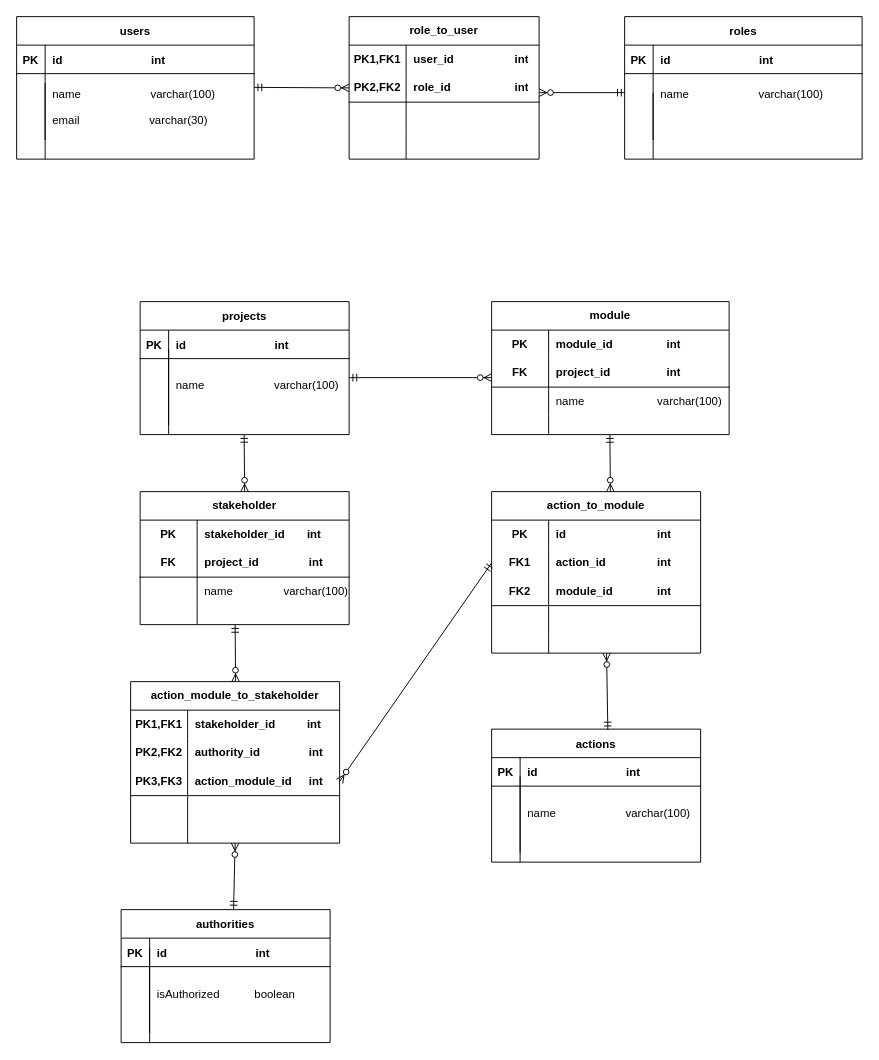
Before: 未命名绘图.drawio in KrisTanyyc/project-manager-yyc, a draw.io diagram. Source tidied: cells renumbered, new cells numbered last; positions are measured from the earlier drawing's top-left corner, leaving out a move shared by most shapes. Both pictures are drawn from the tidied source at 95%, with x=0, y=0 at pixel (16, 16).
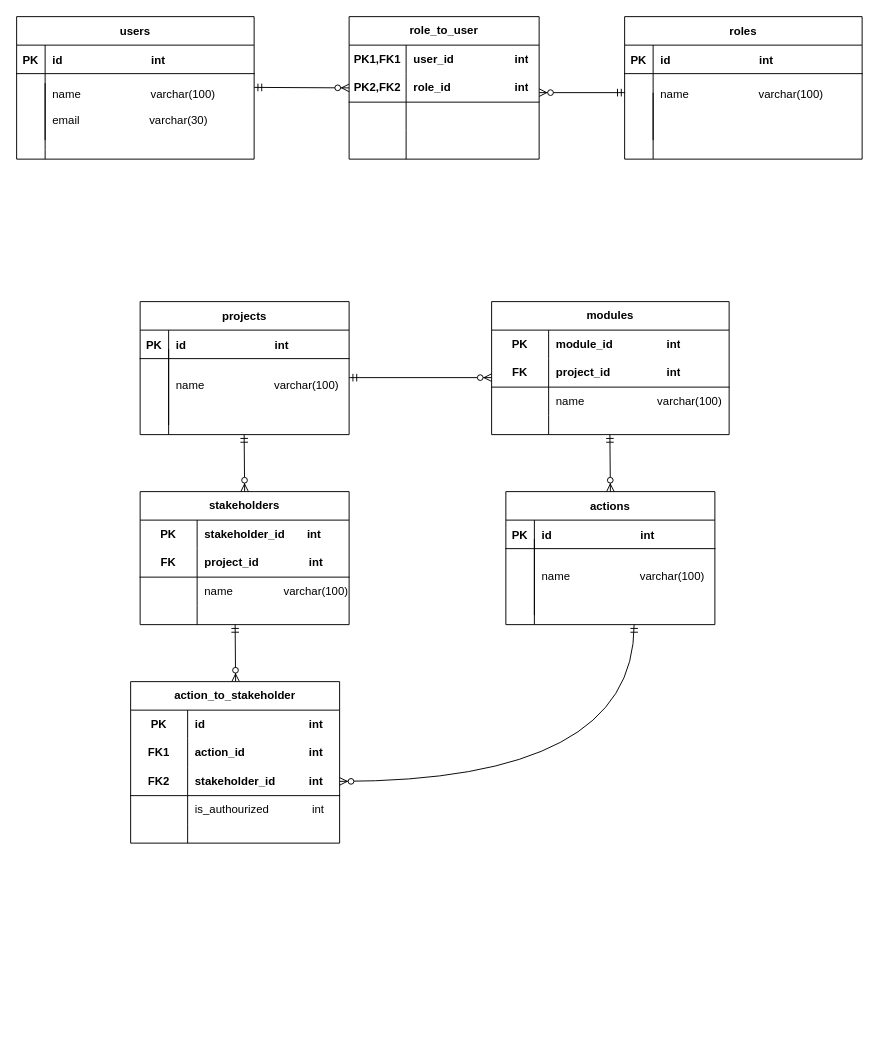
The same page after the edit.

The change refers to these unchanged cells:
```xml
<mxCell id="97" style="shape=tableRow;horizontal=0;startSize=0;swimlaneHead=0;swimlaneBody=0;fillColor=none;top=0;left=0;right=0;bottom=0;html=1;" parent="96" vertex="1">
  <mxGeometry y="30" width="220" height="30" as="geometry" />
</mxCell>
<mxCell id="100" style="shape=tableRow;horizontal=0;startSize=0;swimlaneHead=0;swimlaneBody=0;fillColor=none;top=0;left=0;right=0;bottom=0;html=1;" parent="96" vertex="1">
  <mxGeometry y="60" width="220" height="30" as="geometry" />
</mxCell>
<mxCell id="103" style="shape=tableRow;horizontal=0;startSize=0;swimlaneHead=0;swimlaneBody=0;fillColor=none;points=[[0,0.5],[1,0.5]];portConstraint=eastwest;top=0;left=0;right=0;bottom=1;html=1;" parent="96" vertex="1">
  <mxGeometry y="90" width="220" height="30" as="geometry" />
</mxCell>
<mxCell id="106" style="shape=tableRow;horizontal=0;startSize=0;swimlaneHead=0;swimlaneBody=0;fillColor=none;top=0;left=0;right=0;bottom=0;html=1;" parent="96" vertex="1">
  <mxGeometry y="120" width="220" height="30" as="geometry" />
</mxCell>
```

The edit, as a diff of the source:
```diff
@@
-    <mxCell id="38" value="module" style="shape=table;startSize=30;childLayout=tableLayout;rowLines=0;fontStyle=1;align=center;html=1;whiteSpace=wrap;" parent="1" vertex="1">
+    <mxCell id="38" value="modules" style="shape=table;startSize=30;childLayout=tableLayout;rowLines=0;fontStyle=1;align=center;html=1;whiteSpace=wrap;" parent="1" vertex="1">
       <mxGeometry x="500" y="300" width="250" height="140" as="geometry" />
     </mxCell>
@@
-    <mxCell id="55" value="stakeholder" style="shape=table;startSize=30;childLayout=tableLayout;rowLines=0;fontStyle=1;align=center;html=1;whiteSpace=wrap;" parent="1" vertex="1">
+    <mxCell id="55" value="stakeholders" style="shape=table;startSize=30;childLayout=tableLayout;rowLines=0;fontStyle=1;align=center;html=1;whiteSpace=wrap;" parent="1" vertex="1">
       <mxGeometry x="130" y="500" width="220" height="140" as="geometry" />
     </mxCell>
@@
     <mxCell id="69" value="actions" style="shape=table;startSize=30;childLayout=tableLayout;rowLines=0;fontStyle=1;align=center;" parent="1" vertex="1">
-      <mxGeometry x="500" y="750" width="220" height="140" as="geometry" />
+      <mxGeometry x="515" y="500" width="220" height="140" as="geometry" />
     </mxCell>
@@
     <mxCell id="76" style="endArrow=none;html=1;rounded=0;" parent="1" edge="1">
       <mxGeometry relative="1" as="geometry">
-        <mxPoint x="530" y="890" as="sourcePoint" />
-        <mxPoint x="530" y="800" as="targetPoint" />
+        <mxPoint x="545" y="640" as="sourcePoint" />
+        <mxPoint x="545" y="550" as="targetPoint" />
       </mxGeometry>
     </mxCell>
-    <mxCell id="77" value="action_to_module" style="shape=table;startSize=30;childLayout=tableLayout;rowLines=0;fontStyle=1;align=center;html=1;whiteSpace=wrap;" parent="1" vertex="1">
-      <mxGeometry x="500" y="500" width="220" height="170" as="geometry" />
-    </mxCell>
-    <mxCell id="78" style="shape=tableRow;horizontal=0;startSize=0;swimlaneHead=0;swimlaneBody=0;fillColor=none;top=0;left=0;right=0;bottom=0;html=1;" parent="77" vertex="1">
-      <mxGeometry y="30" width="220" height="30" as="geometry" />
-    </mxCell>
-    <mxCell id="79" value="PK" style="shape=partialRectangle;fillColor=none;top=0;left=0;bottom=0;right=0;fontStyle=1;overflow=hidden;html=1;whiteSpace=wrap;" parent="78" vertex="1">
-      <mxGeometry width="60" height="30" as="geometry" />
-    </mxCell>
-    <mxCell id="80" value="id&amp;nbsp; &amp;nbsp; &amp;nbsp; &amp;nbsp;&lt;span style=&quot;white-space: pre;&quot;&gt;&#9;&lt;/span&gt;&lt;span style=&quot;white-space: pre;&quot;&gt;&#9;&lt;span style=&quot;white-space: pre;&quot;&gt;&#9;&lt;/span&gt;&lt;/span&gt;int" style="shape=partialRectangle;fillColor=none;top=0;left=0;bottom=0;right=0;align=left;spacingLeft=6;fontStyle=1;overflow=hidden;html=1;whiteSpace=wrap;" parent="78" vertex="1">
-      <mxGeometry x="60" width="160" height="30" as="geometry" />
-    </mxCell>
-    <mxCell id="81" style="shape=tableRow;horizontal=0;startSize=0;swimlaneHead=0;swimlaneBody=0;fillColor=none;points=[[0,0.5],[1,0.5]];portConstraint=eastwest;top=0;left=0;right=0;bottom=0;html=1;" parent="77" vertex="1">
-      <mxGeometry y="60" width="220" height="30" as="geometry" />
-    </mxCell>
-    <mxCell id="82" value="FK1" style="shape=partialRectangle;fillColor=none;top=0;left=0;bottom=0;right=0;fontStyle=1;overflow=hidden;html=1;whiteSpace=wrap;" parent="81" vertex="1">
-      <mxGeometry width="60" height="30" as="geometry" />
-    </mxCell>
-    <mxCell id="83" value="action_id&amp;nbsp; &amp;nbsp; &amp;nbsp; &amp;nbsp;&lt;span style=&quot;white-space: pre;&quot;&gt;&#9;&lt;/span&gt;&lt;span style=&quot;white-space: pre;&quot;&gt;&#9;&lt;/span&gt;int" style="shape=partialRectangle;fillColor=none;top=0;left=0;bottom=0;right=0;align=left;spacingLeft=6;fontStyle=1;overflow=hidden;html=1;whiteSpace=wrap;" parent="81" vertex="1">
-      <mxGeometry x="60" width="160" height="30" as="geometry" />
-    </mxCell>
-    <mxCell id="84" style="shape=tableRow;horizontal=0;startSize=0;swimlaneHead=0;swimlaneBody=0;fillColor=none;top=0;left=0;right=0;bottom=1;html=1;" parent="77" vertex="1">
-      <mxGeometry y="90" width="220" height="30" as="geometry" />
-    </mxCell>
-    <mxCell id="85" value="FK2" style="shape=partialRectangle;fillColor=none;top=0;left=0;bottom=0;right=0;fontStyle=1;overflow=hidden;html=1;whiteSpace=wrap;" parent="84" vertex="1">
-      <mxGeometry width="60" height="30" as="geometry" />
-    </mxCell>
-    <mxCell id="86" value="module_id&lt;span style=&quot;white-space: pre;&quot;&gt;&#9;&lt;/span&gt;&amp;nbsp; &amp;nbsp; &amp;nbsp; &amp;nbsp; int" style="shape=partialRectangle;fillColor=none;top=0;left=0;bottom=0;right=0;align=left;spacingLeft=6;fontStyle=1;overflow=hidden;html=1;whiteSpace=wrap;" parent="84" vertex="1">
-      <mxGeometry x="60" width="160" height="30" as="geometry" />
-    </mxCell>
-    <mxCell id="87" style="shape=tableRow;horizontal=0;startSize=0;swimlaneHead=0;swimlaneBody=0;fillColor=none;top=0;left=0;right=0;bottom=0;html=1;" parent="77" vertex="1">
-      <mxGeometry y="120" width="220" height="30" as="geometry" />
-    </mxCell>
-    <mxCell id="88" style="shape=partialRectangle;fillColor=none;top=0;left=0;bottom=0;right=0;overflow=hidden;html=1;whiteSpace=wrap;" parent="87" vertex="1">
-      <mxGeometry width="60" height="30" as="geometry" />
-    </mxCell>
-    <mxCell id="89" style="shape=partialRectangle;fillColor=none;top=0;left=0;bottom=0;right=0;align=left;spacingLeft=6;overflow=hidden;html=1;whiteSpace=wrap;" parent="87" vertex="1">
-      <mxGeometry x="60" width="160" height="30" as="geometry" />
-    </mxCell>
-    <mxCell id="90" style="shape=tableRow;horizontal=0;startSize=0;swimlaneHead=0;swimlaneBody=0;fillColor=none;top=0;left=0;right=0;bottom=0;html=1;" parent="77" vertex="1">
-      <mxGeometry y="150" width="220" height="20" as="geometry" />
-    </mxCell>
-    <mxCell id="91" style="shape=partialRectangle;fillColor=none;top=0;left=0;bottom=0;right=0;overflow=hidden;html=1;whiteSpace=wrap;" parent="90" vertex="1">
-      <mxGeometry width="60" height="20" as="geometry" />
-    </mxCell>
-    <mxCell id="92" style="shape=partialRectangle;fillColor=none;top=0;left=0;bottom=0;right=0;align=left;spacingLeft=6;overflow=hidden;html=1;whiteSpace=wrap;" parent="90" vertex="1">
-      <mxGeometry x="60" width="160" height="20" as="geometry" />
-    </mxCell>
@@
-    <mxCell id="94" style="fontSize=12;html=1;endArrow=ERzeroToMany;startArrow=ERmandOne;rounded=0;exitX=0.556;exitY=0.005;exitDx=0;exitDy=0;exitPerimeter=0;" parent="1" edge="1" source="69">
-      <mxGeometry relative="1" as="geometry">
-        <mxPoint x="621" y="670" as="targetPoint" />
-      </mxGeometry>
-    </mxCell>
@@
-    <mxCell id="96" value="action_module_to_stakeholder" style="shape=table;startSize=30;childLayout=tableLayout;rowLines=0;fontStyle=1;align=center;html=1;whiteSpace=wrap;" parent="1" vertex="1">
+    <mxCell id="96" value="action_to_stakeholder" style="shape=table;startSize=30;childLayout=tableLayout;rowLines=0;fontStyle=1;align=center;html=1;whiteSpace=wrap;" parent="1" vertex="1">
       <mxGeometry x="120" y="700" width="220" height="170" as="geometry" />
     </mxCell>
@@
-    <mxCell id="98" value="PK1,FK1" style="shape=partialRectangle;fillColor=none;top=0;left=0;bottom=0;right=0;fontStyle=1;overflow=hidden;html=1;whiteSpace=wrap;" parent="97" vertex="1">
+    <mxCell id="98" value="PK" style="shape=partialRectangle;fillColor=none;top=0;left=0;bottom=0;right=0;fontStyle=1;overflow=hidden;html=1;whiteSpace=wrap;" parent="97" vertex="1">
       <mxGeometry width="60" height="30" as="geometry" />
     </mxCell>
-    <mxCell id="99" value="stakeholder_id&amp;nbsp; &amp;nbsp; &amp;nbsp; &amp;nbsp; &amp;nbsp; int" style="shape=partialRectangle;fillColor=none;top=0;left=0;bottom=0;right=0;align=left;spacingLeft=6;fontStyle=1;overflow=hidden;html=1;whiteSpace=wrap;" parent="97" vertex="1">
+    <mxCell id="99" value="id&lt;span style=&quot;white-space: pre;&quot;&gt;&#9;&lt;/span&gt;&lt;span style=&quot;white-space: pre;&quot;&gt;&#9;&lt;/span&gt;&lt;span style=&quot;white-space: pre;&quot;&gt;&#9;&lt;/span&gt;&lt;span style=&quot;white-space: pre;&quot;&gt;&#9;&lt;/span&gt;&amp;nbsp; &amp;nbsp; int" style="shape=partialRectangle;fillColor=none;top=0;left=0;bottom=0;right=0;align=left;spacingLeft=6;fontStyle=1;overflow=hidden;html=1;whiteSpace=wrap;" parent="97" vertex="1">
       <mxGeometry x="60" width="160" height="30" as="geometry" />
     </mxCell>
@@
-    <mxCell id="101" value="PK2,FK2" style="shape=partialRectangle;fillColor=none;top=0;left=0;bottom=0;right=0;fontStyle=1;overflow=hidden;html=1;whiteSpace=wrap;" parent="100" vertex="1">
+    <mxCell id="101" value="FK1" style="shape=partialRectangle;fillColor=none;top=0;left=0;bottom=0;right=0;fontStyle=1;overflow=hidden;html=1;whiteSpace=wrap;" parent="100" vertex="1">
       <mxGeometry width="60" height="30" as="geometry" />
     </mxCell>
-    <mxCell id="102" value="authority_id&amp;nbsp;&amp;nbsp;&lt;span style=&quot;white-space: pre;&quot;&gt;&#9;&lt;/span&gt;&lt;span style=&quot;white-space: pre;&quot;&gt;&#9;&lt;/span&gt;&amp;nbsp; &amp;nbsp; int" style="shape=partialRectangle;fillColor=none;top=0;left=0;bottom=0;right=0;align=left;spacingLeft=6;fontStyle=1;overflow=hidden;html=1;whiteSpace=wrap;" parent="100" vertex="1">
+    <mxCell id="102" value="action_id&amp;nbsp;&amp;nbsp;&lt;span style=&quot;white-space: pre;&quot;&gt;&#9;&lt;/span&gt;&lt;span style=&quot;white-space: pre;&quot;&gt;&#9;&lt;/span&gt;&amp;nbsp; &amp;nbsp; int" style="shape=partialRectangle;fillColor=none;top=0;left=0;bottom=0;right=0;align=left;spacingLeft=6;fontStyle=1;overflow=hidden;html=1;whiteSpace=wrap;" parent="100" vertex="1">
       <mxGeometry x="60" width="160" height="30" as="geometry" />
     </mxCell>
@@
-    <mxCell id="104" value="PK3,FK3" style="shape=partialRectangle;fillColor=none;top=0;left=0;bottom=0;right=0;fontStyle=1;overflow=hidden;html=1;whiteSpace=wrap;" parent="103" vertex="1">
+    <mxCell id="104" value="FK2" style="shape=partialRectangle;fillColor=none;top=0;left=0;bottom=0;right=0;fontStyle=1;overflow=hidden;html=1;whiteSpace=wrap;" parent="103" vertex="1">
       <mxGeometry width="60" height="30" as="geometry" />
     </mxCell>
-    <mxCell id="105" value="action_module_id&lt;span style=&quot;white-space: pre;&quot;&gt;&#9;&lt;/span&gt;&amp;nbsp; &amp;nbsp; int" style="shape=partialRectangle;fillColor=none;top=0;left=0;bottom=0;right=0;align=left;spacingLeft=6;fontStyle=1;overflow=hidden;html=1;whiteSpace=wrap;" parent="103" vertex="1">
+    <mxCell id="105" value="stakeholder_id&lt;span style=&quot;white-space: pre;&quot;&gt;&#9;&lt;/span&gt;&amp;nbsp; &amp;nbsp; int" style="shape=partialRectangle;fillColor=none;top=0;left=0;bottom=0;right=0;align=left;spacingLeft=6;fontStyle=1;overflow=hidden;html=1;whiteSpace=wrap;" parent="103" vertex="1">
       <mxGeometry x="60" width="160" height="30" as="geometry" />
     </mxCell>
@@
-    <mxCell id="108" style="shape=partialRectangle;fillColor=none;top=0;left=0;bottom=0;right=0;align=left;spacingLeft=6;overflow=hidden;html=1;whiteSpace=wrap;" parent="106" vertex="1">
+    <mxCell id="108" value="is_authourized&lt;span style=&quot;white-space: pre;&quot;&gt;&#9;&lt;/span&gt;&lt;span style=&quot;white-space: pre;&quot;&gt;&#9;&lt;/span&gt;&amp;nbsp; &amp;nbsp; &amp;nbsp;int" style="shape=partialRectangle;fillColor=none;top=0;left=0;bottom=0;right=0;align=left;spacingLeft=6;overflow=hidden;html=1;whiteSpace=wrap;" parent="106" vertex="1">
       <mxGeometry x="60" width="160" height="30" as="geometry" />
     </mxCell>
@@
-    <mxCell id="112" style="fontSize=12;html=1;endArrow=ERzeroToMany;startArrow=ERmandOne;rounded=0;entryX=1;entryY=0.5;entryDx=0;entryDy=0;exitX=0;exitY=0.5;exitDx=0;exitDy=0;" parent="1" edge="1" source="81" target="103">
-      <mxGeometry relative="1" as="geometry" />
-    </mxCell>
-    <mxCell id="113" value="authorities" style="shape=table;startSize=30;childLayout=tableLayout;rowLines=0;fontStyle=1;align=center;" parent="1" vertex="1">
-      <mxGeometry x="110" y="940" width="220" height="140" as="geometry" />
-    </mxCell>
-    <mxCell id="114" style="shape=partialRectangle;fillColor=none;top=0;left=0;right=0;bottom=1;" parent="113" vertex="1">
-      <mxGeometry y="30" width="220" height="30" as="geometry" />
-    </mxCell>
-    <mxCell id="115" value="PK" style="shape=partialRectangle;overflow=hidden;fillColor=none;top=0;left=0;bottom=0;right=0;fontStyle=1;" parent="114" vertex="1">
-      <mxGeometry width="30" height="30" as="geometry" />
-    </mxCell>
-    <mxCell id="116" value="id                            int" style="shape=partialRectangle;overflow=hidden;fillColor=none;top=0;left=0;bottom=0;right=0;align=left;spacingLeft=6;fontStyle=1;" parent="114" vertex="1">
-      <mxGeometry x="30" width="190" height="30" as="geometry" />
-    </mxCell>
-    <mxCell id="117" style="shape=partialRectangle;fillColor=none;top=0;left=0;right=0;bottom=0;" parent="113" vertex="1">
-      <mxGeometry y="60" width="220" height="70" as="geometry" />
-    </mxCell>
-    <mxCell id="118" style="shape=partialRectangle;overflow=hidden;fillColor=none;top=0;left=0;bottom=0;right=0;" parent="117" vertex="1">
-      <mxGeometry width="30" height="70" as="geometry" />
-    </mxCell>
-    <mxCell id="119" value="isAuthorized           boolean&#10;" style="shape=partialRectangle;overflow=hidden;fillColor=none;top=0;left=0;bottom=0;right=0;align=left;spacingLeft=6;" parent="117" vertex="1">
-      <mxGeometry x="30" width="190" height="70" as="geometry" />
-    </mxCell>
-    <mxCell id="120" style="endArrow=none;html=1;rounded=0;" parent="1" edge="1">
-      <mxGeometry relative="1" as="geometry">
-        <mxPoint x="140" y="1080" as="sourcePoint" />
-        <mxPoint x="140" y="980" as="targetPoint" />
-      </mxGeometry>
-    </mxCell>
-    <mxCell id="121" style="fontSize=12;html=1;endArrow=ERzeroToMany;startArrow=ERmandOne;rounded=0;exitX=0.538;exitY=-0.005;exitDx=0;exitDy=0;exitPerimeter=0;" parent="1" edge="1" source="113">
-      <mxGeometry relative="1" as="geometry">
-        <mxPoint x="230" y="870" as="targetPoint" />
-      </mxGeometry>
-    </mxCell>
+    <mxCell id="122" style="edgeStyle=orthogonalEdgeStyle;fontSize=12;html=1;endArrow=ERzeroToMany;startArrow=ERmandOne;rounded=0;curved=1;entryX=1;entryY=0.5;entryDx=0;entryDy=0;" parent="1" edge="1" target="103">
+      <mxGeometry relative="1" as="geometry">
+        <mxPoint x="650" y="640" as="sourcePoint" />
+      </mxGeometry>
+    </mxCell>
```
